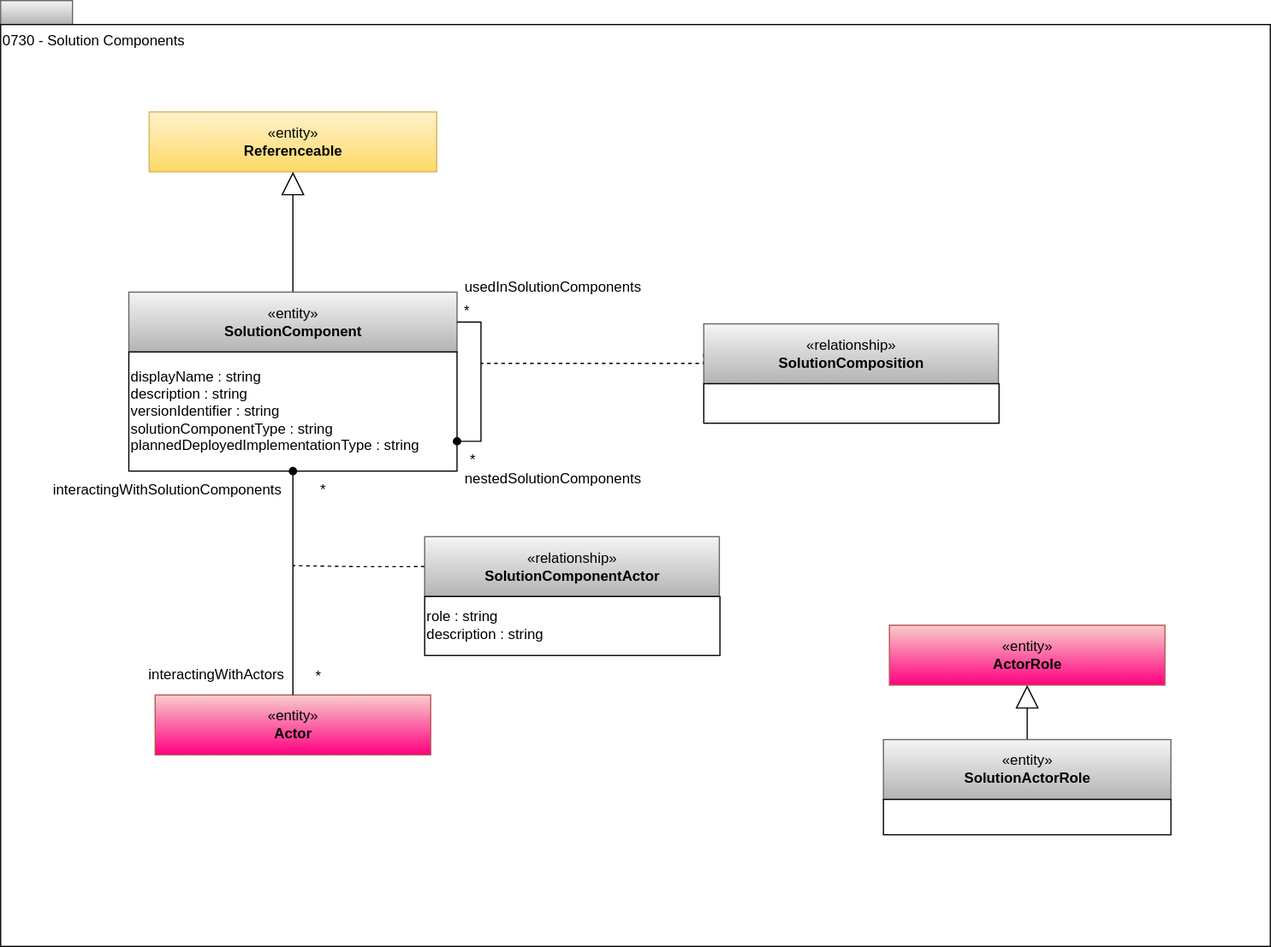
odpi/egeria-docs keeps this draw.io diagram as site/docs/types/7/0730-Solution-Components.svg. Above is the earlier version. Source tidied: cells renumbered, new cells last; positions are measured from the earlier drawing's top-left corner, leaving out a move shared by most shapes.
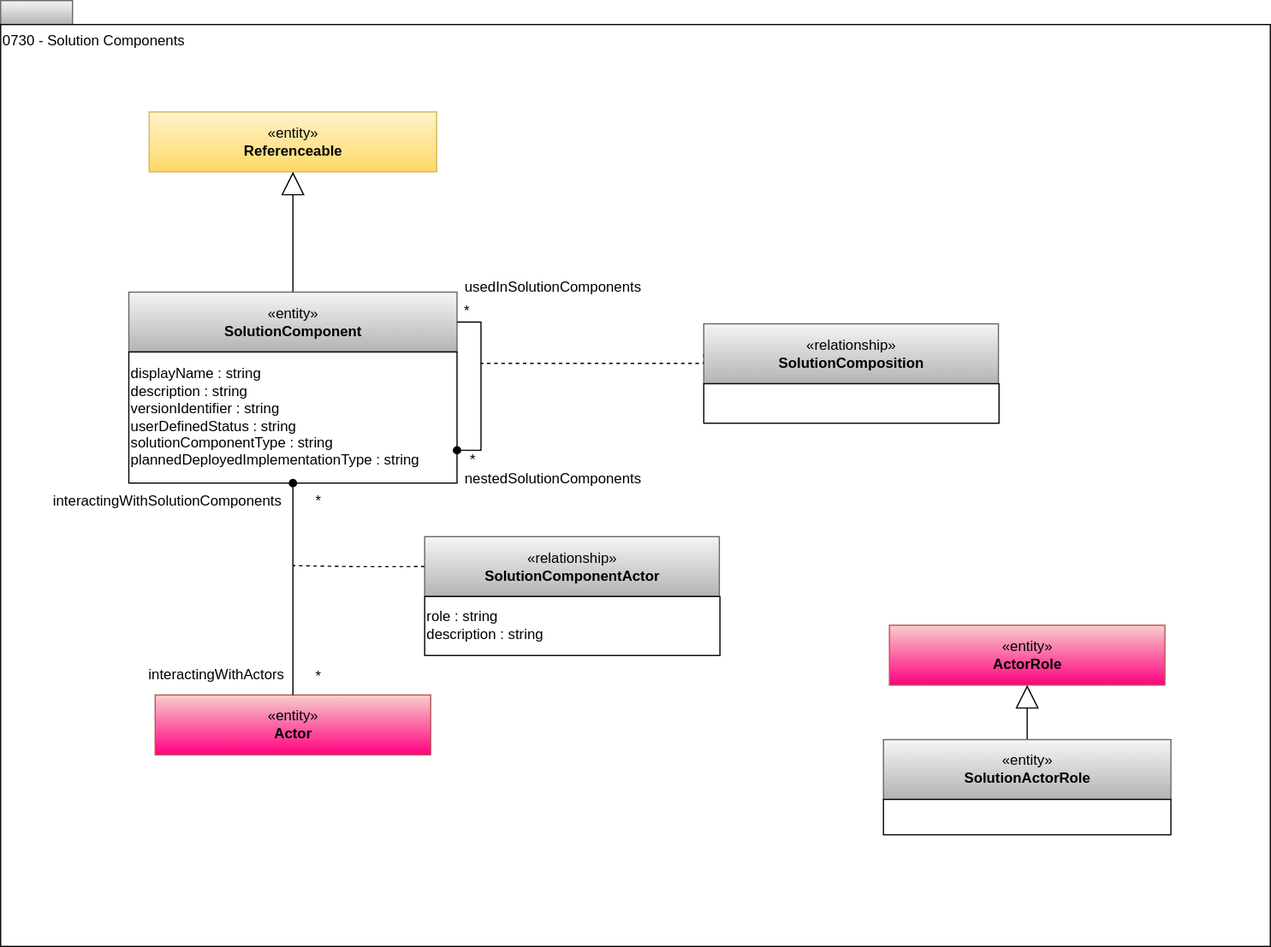
After the change.

What changed in the source:
```diff
@@ -31,8 +31,8 @@
     <mxCell id="9" value="«entity»&lt;br&gt;&lt;b&gt;SolutionComponent&lt;/b&gt;" style="html=1;strokeColor=#666666;align=center;fillColor=#f5f5f5;gradientColor=#b3b3b3;" parent="1" vertex="1">
       <mxGeometry x="107" y="243.5" width="274" height="50" as="geometry" />
     </mxCell>
-    <mxCell id="10" value="displayName : string&lt;br&gt;description : string&lt;br&gt;versionIdentifier : string&lt;br&gt;&lt;div style=&quot;text-align: left&quot;&gt;&lt;/div&gt;&lt;div&gt;solutionComponentType : string&lt;/div&gt;&lt;div&gt;plannedDeployedImplementationType : string&lt;/div&gt;" style="rounded=0;whiteSpace=wrap;html=1;strokeColor=#000000;gradientColor=#ffffff;align=left;" parent="1" vertex="1">
-      <mxGeometry x="107" y="293.5" width="274" height="99.5" as="geometry" />
+    <mxCell id="10" value="displayName : string&lt;br&gt;description : string&lt;br&gt;versionIdentifier : string&lt;div&gt;userDefinedStatus : string&lt;br&gt;&lt;div style=&quot;text-align: left&quot;&gt;&lt;/div&gt;&lt;div&gt;solutionComponentType : string&lt;/div&gt;&lt;div&gt;plannedDeployedImplementationType : string&lt;/div&gt;&lt;/div&gt;" style="rounded=0;whiteSpace=wrap;html=1;strokeColor=#000000;gradientColor=#ffffff;align=left;" parent="1" vertex="1">
+      <mxGeometry x="107" y="293.5" width="274" height="109.5" as="geometry" />
     </mxCell>
     <mxCell id="11" value="usedInSolutionComponents" style="text;html=1;align=center;verticalAlign=top;spacingTop=-4;" parent="1" vertex="1">
       <mxGeometry x="381" y="229.5" width="160" height="20" as="geometry" />
@@ -64,7 +64,7 @@
       <mxGeometry x="354" y="497.8" width="246.5" height="49.2" as="geometry" />
     </mxCell>
     <mxCell id="20" value="interactingWithSolutionComponents" style="text;html=1;align=center;verticalAlign=middle;strokeColor=none;fillColor=none;" parent="1" vertex="1">
-      <mxGeometry x="34" y="394" width="210" height="30" as="geometry" />
+      <mxGeometry x="34" y="403" width="210" height="30" as="geometry" />
     </mxCell>
     <mxCell id="21" value="interactingWithActors" style="text;html=1;align=center;verticalAlign=middle;strokeColor=none;fillColor=none;" parent="1" vertex="1">
       <mxGeometry x="110" y="548" width="140" height="30" as="geometry" />
@@ -73,7 +73,7 @@
       <mxGeometry x="250" y="550" width="30" height="30" as="geometry" />
     </mxCell>
     <mxCell id="23" value="*" style="text;html=1;align=center;verticalAlign=middle;strokeColor=none;fillColor=none;" parent="1" vertex="1">
-      <mxGeometry x="254" y="394" width="30" height="30" as="geometry" />
+      <mxGeometry x="250" y="403" width="30" height="30" as="geometry" />
     </mxCell>
     <mxCell id="24" style="edgeStyle=orthogonalEdgeStyle;rounded=0;jettySize=auto;html=1;exitX=0.5;exitY=1;exitDx=0;exitDy=0;endArrow=none;endFill=0;startArrow=oval;startFill=1;" parent="1" edge="1" source="10" target="16">
       <mxGeometry relative="1" as="geometry" />
```
